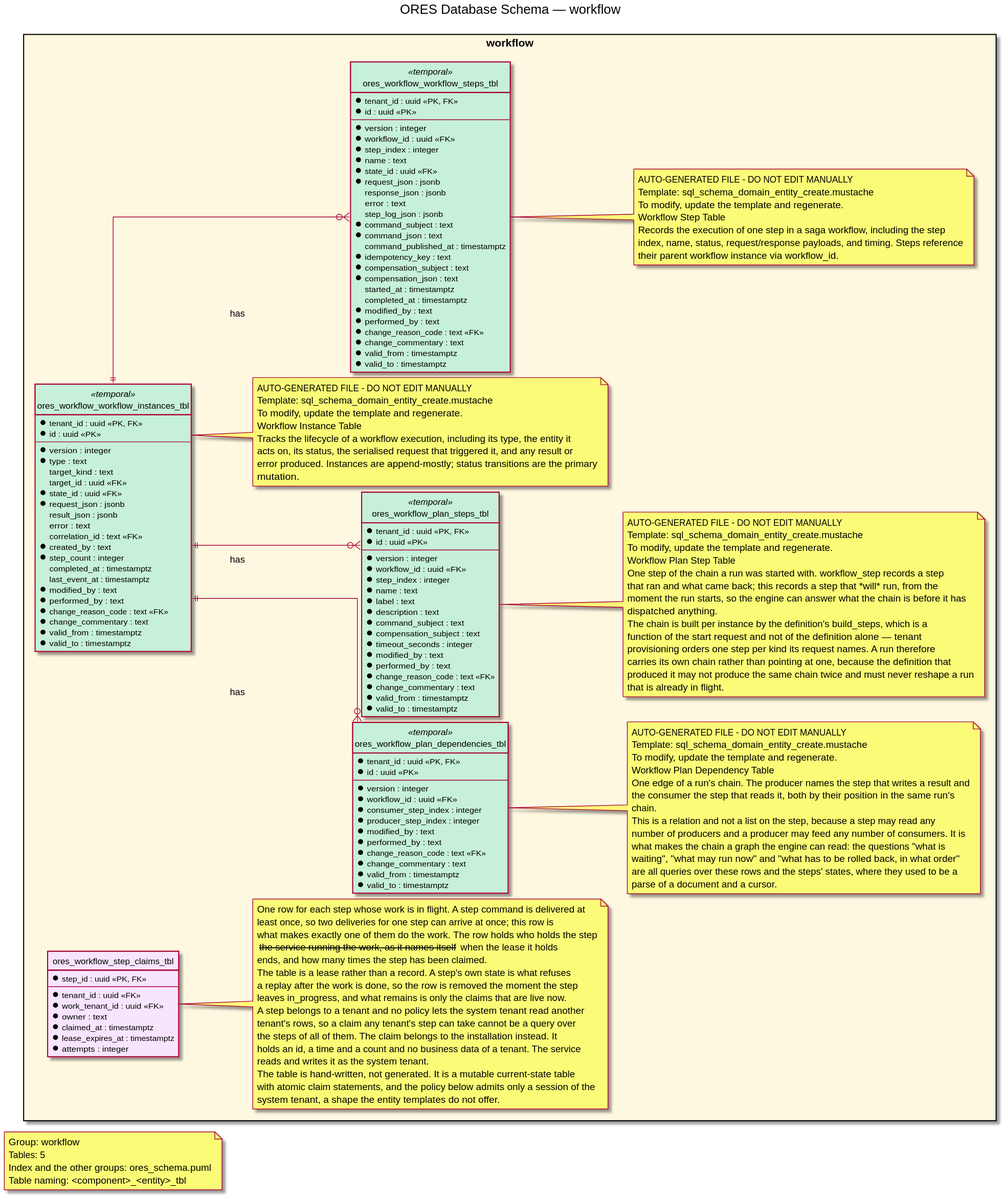
Earlier version of the PlantUML export projects/ores.sql/modeling/ores_schema.workflow.svg (OreStudio/OreStudio).
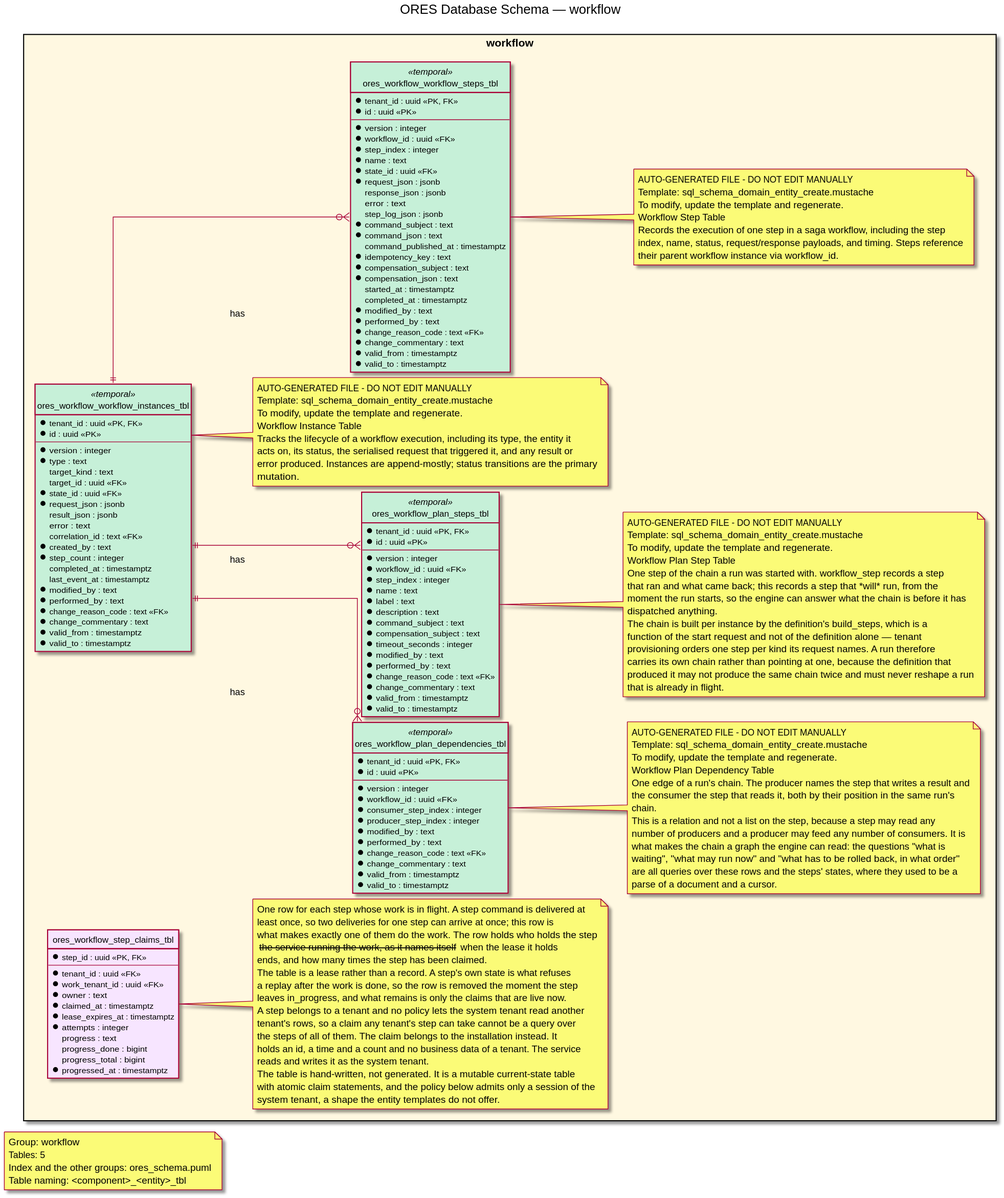
Later version of the same file.

Commit message:
[sql] Regenerate the ER diagram the workflow change drifted

Commit da9cb36040 added progress and progressed_at to the step claims
table without regenerating the diagram, so the gate's er-diagram check
failed on main. Regenerated with plantuml_er_generate.sh; the change is
the three new columns and the claim's progressed_at.

Found by the local gate on the trading branch, which touches no schema.

Story-ID: 21323568-8E87-4858-98E1-77451E123965
Task-ID: C30970E3-B1FA-434C-8D70-07612CA95797
Environment: brave_hopper

Change to the diagram source:
```diff
@@ -96,6 +96,10 @@
         * claimed_at : timestamptz
         * lease_expires_at : timestamptz
         * attempts : integer
+          progress : text
+          progress_done : bigint
+          progress_total : bigint
+        * progressed_at : timestamptz
     }
 
     note right of ores_workflow_step_claims_tbl
```
